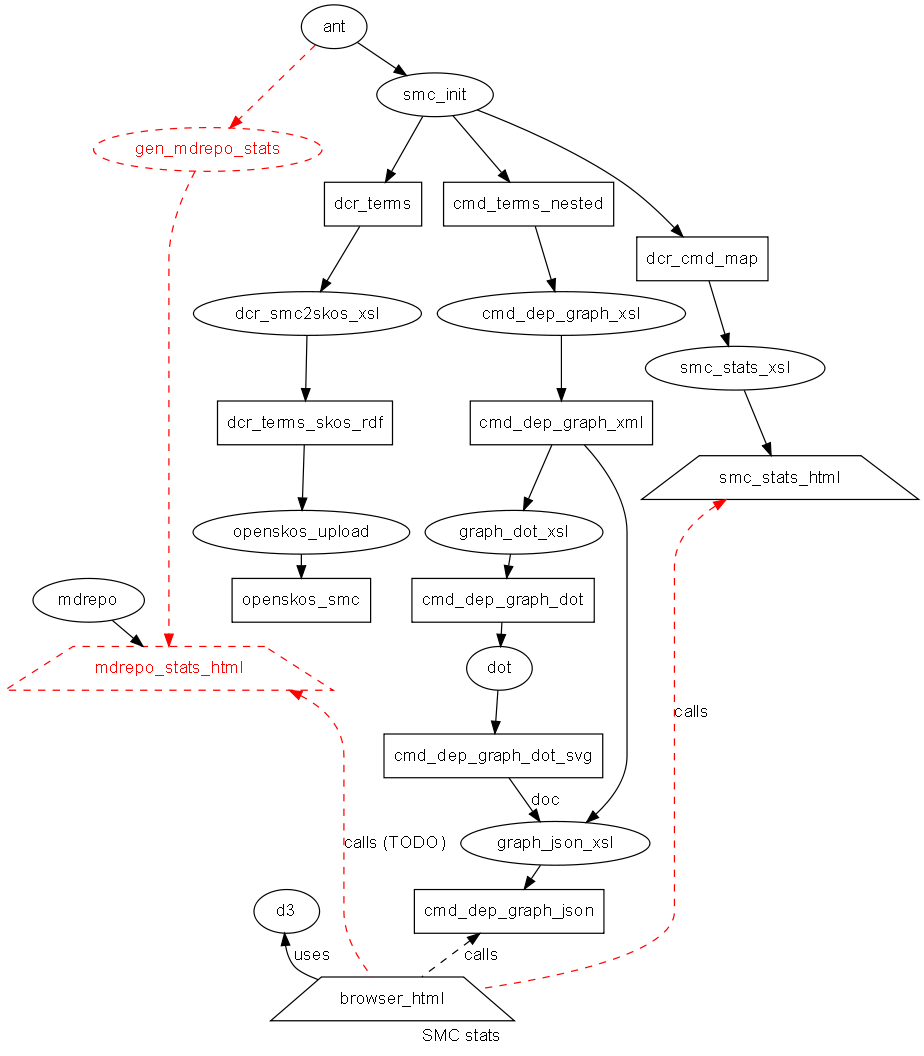
The Graphviz diagram docs/smc_processing.png in acdh-oeaw/graphviewer, before a commit. Its source is kept beside it as docs/smc_processing.dot.
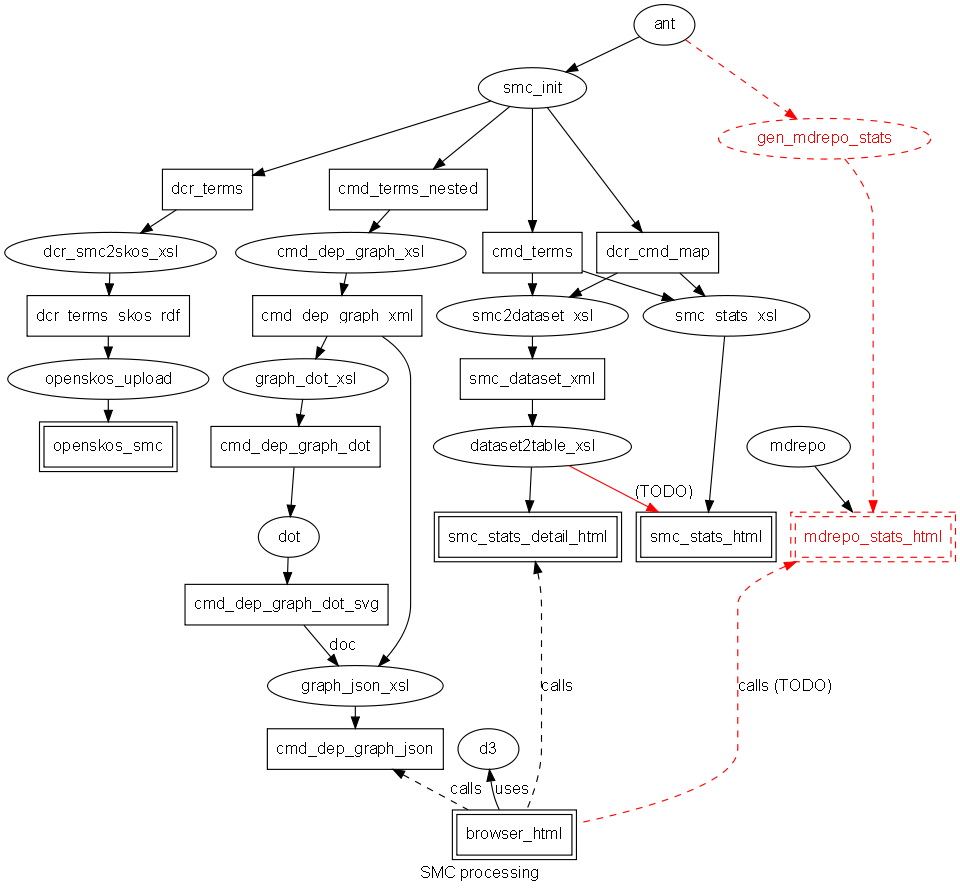
The same diagram one commit later.

Commit message:
adding the main build, + describing visualization of the build; also update of the corresponding (manual) smc_processing-graph

Change to the diagram source:
```diff
@@ -23,18 +23,21 @@
 context;
 term; */
 
+/* data elements */
 node [shape=box];
 dcr_terms;
+cmd_terms;
 cmd_terms_nested;
 dcr_cmd_map;
 cmd_dep_graph_xml;
 cmd_dep_graph_dot;
 cmd_dep_graph_dot_svg;
 cmd_dep_graph_json;
+smc_dataset_xml;
 dcr_terms_skos_rdf;
-openskos_smc;
 
 
+/* processing, code  */
 node [shape=ellipse];
 	ant;
 	mdrepo;
@@ -48,18 +51,24 @@
 	dcr_smc2skos_xsl;
 	smc_stats_xsl;
 	openskos_upload;
+	smc2dataset_xsl;
+	dataset2table_xsl;
 
-node [shape=trapezium];
+/* user "interfaces"  - human readable output */
+node [shape=box, peripheries=2];
 smc_stats_html;
 browser_html;
 mdrepo_stats_html [color=red,style=dashed, fontcolor=red];
+smc_stats_detail_html;
+openskos_smc;
+
 
 	subgraph order {
 	rank=same;
-
-		dot;
+	dot;
+		smc_stats_html;
 		mdrepo_stats_html;
-
+		smc_stats_detail_html;
 	}
 
 /* context -> list;
@@ -69,6 +78,7 @@
 ant -> smc_init -> cmd_terms_nested;
 smc_init -> dcr_cmd_map;
 smc_init -> dcr_terms;
+smc_init -> cmd_terms;
 cmd_terms_nested -> cmd_dep_graph_xsl -> cmd_dep_graph_xml;
 
 cmd_dep_graph_xml -> graph_dot_xsl -> cmd_dep_graph_dot  -> dot -> cmd_dep_graph_dot_svg;
@@ -78,13 +88,20 @@
 
 d3 -> browser_html [dir=back, label=uses];
 cmd_dep_graph_json -> browser_html [dir=back, style=dashed, label=calls];
-smc_stats_html -> browser_html [dir=back, style=dashed, label=calls, color=red];
+smc_stats_detail_html -> browser_html [dir=back, style=dashed, label=calls];
 mdrepo -> mdrepo_stats_html;
 ant -> gen_mdrepo_stats ->  mdrepo_stats_html [color=red,style=dashed];
 mdrepo_stats_html -> browser_html [dir=back, style=dashed, label="calls (TODO)", color=red];
 
 
 dcr_cmd_map -> smc_stats_xsl -> smc_stats_html;
+cmd_terms -> smc_stats_xsl;
+dcr_cmd_map -> smc2dataset_xsl -> smc_dataset_xml -> dataset2table_xsl -> smc_stats_detail_html;
+cmd_terms -> smc2dataset_xsl;
+
+dataset2table_xsl -> smc_stats_html [label="(TODO)", color=red];
+
 dcr_terms -> dcr_smc2skos_xsl -> dcr_terms_skos_rdf -> openskos_upload -> openskos_smc;
 
+
 }
```
